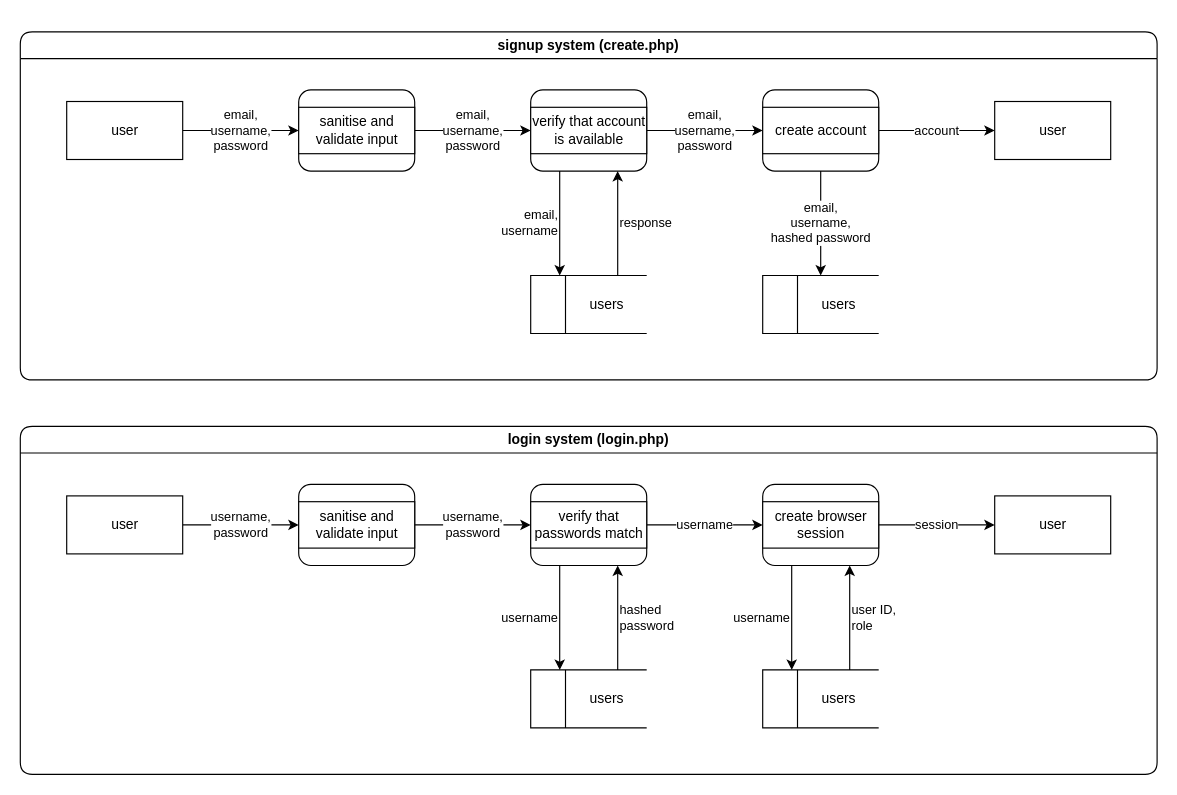
This is page "signup system" (1 of 3) of doc/dfd.drawio from nozzato/nshare, a draw.io file, before an edit. Source tidied: cells renumbered, new cells numbered last; positions are measured from the earlier drawing's top-left corner, leaving out a move shared by most shapes. Both pictures are drawn from the tidied source at 116%, with x=0, y=0 at pixel (20, 31).
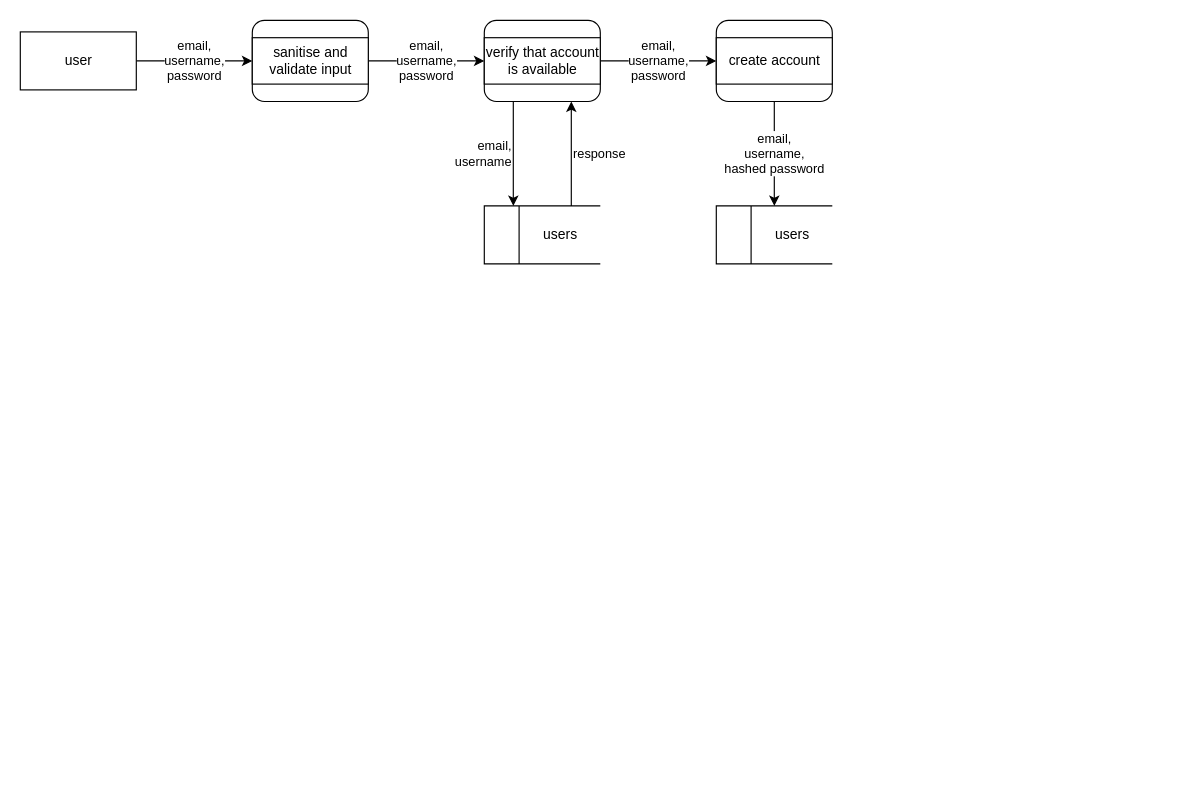
The same diagram, later.

Diff of the diagram source:
```diff
@@
-    <mxCell id="2" value="signup system (create.php)" style="swimlane;whiteSpace=wrap;html=1;glass=0;rounded=1;" parent="1" vertex="1">
-      <mxGeometry width="980" height="300" as="geometry" />
-    </mxCell>
-    <mxCell id="3" value="email,&lt;br&gt;username,&lt;br&gt;password" style="edgeStyle=orthogonalEdgeStyle;rounded=0;jettySize=auto;html=1;exitX=1;exitY=0.5;exitDx=0;exitDy=0;entryX=0;entryY=0.5;entryDx=0;entryDy=0;" parent="2" edge="1" source="4" target="7">
-      <mxGeometry relative="1" as="geometry" />
-    </mxCell>
-    <mxCell id="4" value="user" style="html=1;dashed=0;whitespace=wrap;rounded=0;glass=0;sketch=0;" parent="2" vertex="1">
-      <mxGeometry x="40" y="60" width="100" height="50" as="geometry" />
-    </mxCell>
-    <mxCell id="5" style="html=1;dashed=0;whitespace=wrap;rounded=1;glass=0;sketch=0;" parent="2" vertex="1">
-      <mxGeometry x="240" y="50" width="100" height="70" as="geometry" />
-    </mxCell>
-    <mxCell id="6" value="email,&lt;br&gt;username,&lt;br&gt;password" style="edgeStyle=orthogonalEdgeStyle;rounded=0;jettySize=auto;html=1;exitX=1;exitY=0.5;exitDx=0;exitDy=0;entryX=0;entryY=0.5;entryDx=0;entryDy=0;" parent="2" edge="1" source="7" target="9">
-      <mxGeometry relative="1" as="geometry" />
-    </mxCell>
-    <mxCell id="7" value="sanitise and&lt;br&gt;validate input" style="html=1;dashed=0;whitespace=wrap;rounded=0;glass=0;sketch=0;" parent="2" vertex="1">
-      <mxGeometry x="240" y="65" width="100" height="40" as="geometry" />
-    </mxCell>
+    <mxCell id="39" value="email,&lt;br&gt;username,&lt;br&gt;password" style="edgeStyle=orthogonalEdgeStyle;rounded=0;jettySize=auto;html=1;exitX=1;exitY=0.5;exitDx=0;exitDy=0;entryX=0;entryY=0.5;entryDx=0;entryDy=0;" parent="1" edge="1" source="40" target="43">
+      <mxGeometry relative="1" as="geometry" />
+    </mxCell>
+    <mxCell id="40" value="user" style="html=1;dashed=0;whitespace=wrap;rounded=0;glass=0;sketch=0;" parent="1" vertex="1">
+      <mxGeometry width="100" height="50" as="geometry" />
+    </mxCell>
+    <mxCell id="41" style="html=1;dashed=0;whitespace=wrap;rounded=1;glass=0;sketch=0;" parent="1" vertex="1">
+      <mxGeometry x="200" y="-10" width="100" height="70" as="geometry" />
+    </mxCell>
+    <mxCell id="42" value="email,&lt;br&gt;username,&lt;br&gt;password" style="edgeStyle=orthogonalEdgeStyle;rounded=0;jettySize=auto;html=1;exitX=1;exitY=0.5;exitDx=0;exitDy=0;entryX=0;entryY=0.5;entryDx=0;entryDy=0;" parent="1" edge="1" source="43" target="44">
+      <mxGeometry relative="1" as="geometry" />
+    </mxCell>
+    <mxCell id="43" value="sanitise and&lt;br&gt;validate input" style="html=1;dashed=0;whitespace=wrap;rounded=0;glass=0;sketch=0;" parent="1" vertex="1">
+      <mxGeometry x="200" y="5" width="100" height="40" as="geometry" />
+    </mxCell>
-    <mxCell id="8" value="email,&lt;br&gt;username" style="edgeStyle=orthogonalEdgeStyle;rounded=0;jettySize=auto;html=1;exitX=0.25;exitY=1;exitDx=0;exitDy=0;entryX=0.25;entryY=0;entryDx=0;entryDy=0;entryPerimeter=0;align=right;" parent="2" edge="1" source="9" target="13">
+    <mxCell id="8" value="email,&lt;br&gt;username" style="edgeStyle=orthogonalEdgeStyle;rounded=0;jettySize=auto;html=1;exitX=0.25;exitY=1;exitDx=0;exitDy=0;entryX=0.25;entryY=0;entryDx=0;entryDy=0;entryPerimeter=0;align=right;" parent="1" edge="1" source="44" target="46">
       <mxGeometry relative="1" as="geometry" />
     </mxCell>
-    <mxCell id="9" style="html=1;dashed=0;whitespace=wrap;rounded=1;glass=0;sketch=0;" parent="2" vertex="1">
-      <mxGeometry x="440" y="50" width="100" height="70" as="geometry" />
-    </mxCell>
-    <mxCell id="10" value="email,&lt;br&gt;username,&lt;br&gt;password" style="edgeStyle=orthogonalEdgeStyle;rounded=0;jettySize=auto;html=1;exitX=1;exitY=0.5;exitDx=0;exitDy=0;entryX=0;entryY=0.5;entryDx=0;entryDy=0;" parent="2" edge="1" source="11" target="15">
-      <mxGeometry relative="1" as="geometry" />
-    </mxCell>
+    <mxCell id="44" style="html=1;dashed=0;whitespace=wrap;rounded=1;glass=0;sketch=0;" parent="1" vertex="1">
+      <mxGeometry x="400" y="-10" width="100" height="70" as="geometry" />
+    </mxCell>
+    <mxCell id="45" value="email,&lt;br&gt;username,&lt;br&gt;password" style="edgeStyle=orthogonalEdgeStyle;rounded=0;jettySize=auto;html=1;exitX=1;exitY=0.5;exitDx=0;exitDy=0;entryX=0;entryY=0.5;entryDx=0;entryDy=0;" parent="1" edge="1" source="11" target="47">
+      <mxGeometry relative="1" as="geometry" />
+    </mxCell>
-    <mxCell id="11" value="verify that account&lt;br&gt;is available" style="html=1;dashed=0;whitespace=wrap;rounded=0;glass=0;sketch=0;" parent="2" vertex="1">
-      <mxGeometry x="440" y="65" width="100" height="40" as="geometry" />
+    <mxCell id="11" value="verify that account&lt;br&gt;is available" style="html=1;dashed=0;whitespace=wrap;rounded=0;glass=0;sketch=0;" parent="1" vertex="1">
+      <mxGeometry x="400" y="5" width="100" height="40" as="geometry" />
     </mxCell>
-    <mxCell id="12" value="response" style="edgeStyle=orthogonalEdgeStyle;rounded=0;jettySize=auto;html=1;exitX=0.75;exitY=0;exitDx=0;exitDy=0;entryX=0.75;entryY=1;entryDx=0;entryDy=0;exitPerimeter=0;align=left;" parent="2" edge="1" source="13" target="9">
+    <mxCell id="12" value="response" style="edgeStyle=orthogonalEdgeStyle;rounded=0;jettySize=auto;html=1;exitX=0.75;exitY=0;exitDx=0;exitDy=0;entryX=0.75;entryY=1;entryDx=0;entryDy=0;exitPerimeter=0;align=left;" parent="1" edge="1" source="46" target="44">
       <mxGeometry relative="1" as="geometry" />
     </mxCell>
-    <mxCell id="13" value="&lt;span style=&quot;white-space: pre;&quot;&gt;&#9;&lt;/span&gt;users" style="html=1;dashed=0;whitespace=wrap;shape=mxgraph.dfd.dataStoreID;align=center;spacingLeft=3;points=[[0,0],[0.5,0],[1,0],[0,0.5],[1,0.5],[0,1],[0.5,1],[1,1]];rounded=0;glass=0;sketch=0;" parent="2" vertex="1">
-      <mxGeometry x="440" y="210" width="100" height="50" as="geometry" />
-    </mxCell>
+    <mxCell id="46" value="&lt;span style=&quot;white-space: pre;&quot;&gt;&#9;&lt;/span&gt;users" style="html=1;dashed=0;whitespace=wrap;shape=mxgraph.dfd.dataStoreID;align=center;spacingLeft=3;points=[[0,0],[0.5,0],[1,0],[0,0.5],[1,0.5],[0,1],[0.5,1],[1,1]];rounded=0;glass=0;sketch=0;" parent="1" vertex="1">
+      <mxGeometry x="400" y="150" width="100" height="50" as="geometry" />
+    </mxCell>
-    <mxCell id="14" value="email,&lt;br&gt;username,&lt;br&gt;hashed password" style="edgeStyle=orthogonalEdgeStyle;rounded=0;jettySize=auto;html=1;exitX=0.5;exitY=1;exitDx=0;exitDy=0;entryX=0.5;entryY=0;entryDx=0;entryDy=0;" parent="2" edge="1" source="15" target="18">
+    <mxCell id="14" value="email,&lt;br&gt;username,&lt;br&gt;hashed password" style="edgeStyle=orthogonalEdgeStyle;rounded=0;jettySize=auto;html=1;exitX=0.5;exitY=1;exitDx=0;exitDy=0;entryX=0.5;entryY=0;entryDx=0;entryDy=0;" parent="1" edge="1" source="47" target="48">
       <mxGeometry relative="1" as="geometry" />
     </mxCell>
-    <mxCell id="15" style="html=1;dashed=0;whitespace=wrap;rounded=1;glass=0;sketch=0;" parent="2" vertex="1">
-      <mxGeometry x="640" y="50" width="100" height="70" as="geometry" />
-    </mxCell>
-    <mxCell id="16" value="account" style="edgeStyle=orthogonalEdgeStyle;rounded=0;jettySize=auto;html=1;exitX=1;exitY=0.5;exitDx=0;exitDy=0;entryX=0;entryY=0.5;entryDx=0;entryDy=0;" parent="2" edge="1" source="17" target="19">
-      <mxGeometry relative="1" as="geometry" />
-    </mxCell>
+    <mxCell id="47" style="html=1;dashed=0;whitespace=wrap;rounded=1;glass=0;sketch=0;" parent="1" vertex="1">
+      <mxGeometry x="600" y="-10" width="100" height="70" as="geometry" />
+    </mxCell>
-    <mxCell id="17" value="create account" style="html=1;dashed=0;whitespace=wrap;rounded=0;glass=0;sketch=0;" parent="2" vertex="1">
-      <mxGeometry x="640" y="65" width="100" height="40" as="geometry" />
+    <mxCell id="17" value="create account" style="html=1;dashed=0;whitespace=wrap;rounded=0;glass=0;sketch=0;" parent="1" vertex="1">
+      <mxGeometry x="600" y="5" width="100" height="40" as="geometry" />
     </mxCell>
-    <mxCell id="18" value="&lt;span style=&quot;white-space: pre;&quot;&gt;&#9;&lt;/span&gt;users" style="html=1;dashed=0;whitespace=wrap;shape=mxgraph.dfd.dataStoreID;align=center;spacingLeft=3;points=[[0,0],[0.5,0],[1,0],[0,0.5],[1,0.5],[0,1],[0.5,1],[1,1]];rounded=0;glass=0;sketch=0;" parent="2" vertex="1">
-      <mxGeometry x="640" y="210" width="100" height="50" as="geometry" />
-    </mxCell>
-    <mxCell id="19" value="user" style="html=1;dashed=0;whitespace=wrap;rounded=0;glass=0;sketch=0;" parent="2" vertex="1">
-      <mxGeometry x="840" y="60" width="100" height="50" as="geometry" />
-    </mxCell>
-    <mxCell id="20" value="login system (login.php)" style="swimlane;whiteSpace=wrap;html=1;glass=0;rounded=1;" parent="1" vertex="1">
-      <mxGeometry y="340" width="980" height="300" as="geometry" />
-    </mxCell>
-    <mxCell id="21" value="username,&lt;br&gt;password" style="edgeStyle=orthogonalEdgeStyle;rounded=0;jettySize=auto;html=1;exitX=1;exitY=0.5;exitDx=0;exitDy=0;entryX=0;entryY=0.5;entryDx=0;entryDy=0;" parent="20" edge="1" source="22" target="24">
-      <mxGeometry relative="1" as="geometry" />
-    </mxCell>
-    <mxCell id="22" value="user" style="html=1;dashed=0;whitespace=wrap;rounded=0;glass=0;sketch=0;" parent="20" vertex="1">
-      <mxGeometry x="40" y="60" width="100" height="50" as="geometry" />
-    </mxCell>
-    <mxCell id="23" style="html=1;dashed=0;whitespace=wrap;rounded=1;glass=0;sketch=0;" parent="20" vertex="1">
-      <mxGeometry x="240" y="50" width="100" height="70" as="geometry" />
-    </mxCell>
-    <mxCell id="24" value="sanitise and&lt;br&gt;validate input" style="html=1;dashed=0;whitespace=wrap;rounded=0;glass=0;sketch=0;" parent="20" vertex="1">
-      <mxGeometry x="240" y="65" width="100" height="40" as="geometry" />
-    </mxCell>
-    <mxCell id="25" value="username,&lt;br&gt;password" style="edgeStyle=orthogonalEdgeStyle;rounded=0;jettySize=auto;html=1;exitX=1;exitY=0.5;exitDx=0;exitDy=0;entryX=0;entryY=0.5;entryDx=0;entryDy=0;" parent="20" edge="1" source="24" target="29">
-      <mxGeometry relative="1" as="geometry" />
-    </mxCell>
-    <mxCell id="26" value="username" style="edgeStyle=orthogonalEdgeStyle;rounded=0;jettySize=auto;html=1;exitX=0.25;exitY=1;exitDx=0;exitDy=0;entryX=0.25;entryY=0;entryDx=0;entryDy=0;entryPerimeter=0;align=right;" parent="20" edge="1" source="27" target="30">
-      <mxGeometry relative="1" as="geometry" />
-    </mxCell>
-    <mxCell id="27" style="html=1;dashed=0;whitespace=wrap;rounded=1;glass=0;sketch=0;" parent="20" vertex="1">
-      <mxGeometry x="440" y="50" width="100" height="70" as="geometry" />
-    </mxCell>
-    <mxCell id="28" value="username" style="edgeStyle=orthogonalEdgeStyle;rounded=0;jettySize=auto;html=1;exitX=1;exitY=0.5;exitDx=0;exitDy=0;entryX=0;entryY=0.5;entryDx=0;entryDy=0;" parent="20" edge="1" source="29" target="34">
-      <mxGeometry relative="1" as="geometry" />
-    </mxCell>
-    <mxCell id="29" value="verify that&lt;br&gt;passwords match" style="html=1;dashed=0;whitespace=wrap;rounded=0;glass=0;sketch=0;" parent="20" vertex="1">
-      <mxGeometry x="440" y="65" width="100" height="40" as="geometry" />
-    </mxCell>
-    <mxCell id="30" value="&lt;span style=&quot;white-space: pre;&quot;&gt;&#9;&lt;/span&gt;users" style="html=1;dashed=0;whitespace=wrap;shape=mxgraph.dfd.dataStoreID;align=center;spacingLeft=3;points=[[0,0],[0.5,0],[1,0],[0,0.5],[1,0.5],[0,1],[0.5,1],[1,1]];rounded=0;glass=0;sketch=0;" parent="20" vertex="1">
-      <mxGeometry x="440" y="210" width="100" height="50" as="geometry" />
-    </mxCell>
-    <mxCell id="31" value="hashed&lt;br&gt;password" style="edgeStyle=orthogonalEdgeStyle;rounded=0;jettySize=auto;html=1;entryX=0.75;entryY=1;entryDx=0;entryDy=0;exitX=0.75;exitY=0;exitDx=0;exitDy=0;exitPerimeter=0;align=left;" parent="20" edge="1" source="30" target="27">
-      <mxGeometry x="0.01" relative="1" as="geometry" />
-    </mxCell>
-    <mxCell id="32" value="username" style="edgeStyle=orthogonalEdgeStyle;rounded=0;jettySize=auto;html=1;exitX=0.25;exitY=1;exitDx=0;exitDy=0;entryX=0.25;entryY=0;entryDx=0;entryDy=0;entryPerimeter=0;align=right;" parent="20" edge="1" source="33" target="36">
-      <mxGeometry relative="1" as="geometry" />
-    </mxCell>
-    <mxCell id="33" style="html=1;dashed=0;whitespace=wrap;rounded=1;glass=0;sketch=0;" parent="20" vertex="1">
-      <mxGeometry x="640" y="50" width="100" height="70" as="geometry" />
-    </mxCell>
-    <mxCell id="34" value="create browser&lt;br&gt;session" style="html=1;dashed=0;whitespace=wrap;rounded=0;glass=0;sketch=0;" parent="20" vertex="1">
-      <mxGeometry x="640" y="65" width="100" height="40" as="geometry" />
-    </mxCell>
-    <mxCell id="35" value="user ID,&lt;br style=&quot;&quot;&gt;&lt;div style=&quot;&quot;&gt;role&lt;/div&gt;" style="edgeStyle=orthogonalEdgeStyle;rounded=0;jettySize=auto;html=1;exitX=0.75;exitY=0;exitDx=0;exitDy=0;entryX=0.75;entryY=1;entryDx=0;entryDy=0;exitPerimeter=0;align=left;" parent="20" edge="1" source="36" target="33">
-      <mxGeometry relative="1" as="geometry" />
-    </mxCell>
-    <mxCell id="36" value="&lt;span style=&quot;white-space: pre;&quot;&gt;&#9;&lt;/span&gt;users" style="html=1;dashed=0;whitespace=wrap;shape=mxgraph.dfd.dataStoreID;align=center;spacingLeft=3;points=[[0,0],[0.5,0],[1,0],[0,0.5],[1,0.5],[0,1],[0.5,1],[1,1]];rounded=0;glass=0;sketch=0;" parent="20" vertex="1">
-      <mxGeometry x="640" y="210" width="100" height="50" as="geometry" />
-    </mxCell>
-    <mxCell id="37" value="user" style="html=1;dashed=0;whitespace=wrap;rounded=0;glass=0;sketch=0;" parent="20" vertex="1">
-      <mxGeometry x="840" y="60" width="100" height="50" as="geometry" />
-    </mxCell>
-    <mxCell id="38" value="session" style="edgeStyle=orthogonalEdgeStyle;rounded=0;jettySize=auto;html=1;entryX=0;entryY=0.5;entryDx=0;entryDy=0;" parent="20" edge="1" source="34" target="37">
-      <mxGeometry relative="1" as="geometry" />
-    </mxCell>
+    <mxCell id="48" value="&lt;span style=&quot;white-space: pre;&quot;&gt;&#9;&lt;/span&gt;users" style="html=1;dashed=0;whitespace=wrap;shape=mxgraph.dfd.dataStoreID;align=center;spacingLeft=3;points=[[0,0],[0.5,0],[1,0],[0,0.5],[1,0.5],[0,1],[0.5,1],[1,1]];rounded=0;glass=0;sketch=0;" parent="1" vertex="1">
+      <mxGeometry x="600" y="150" width="100" height="50" as="geometry" />
+    </mxCell>
```
